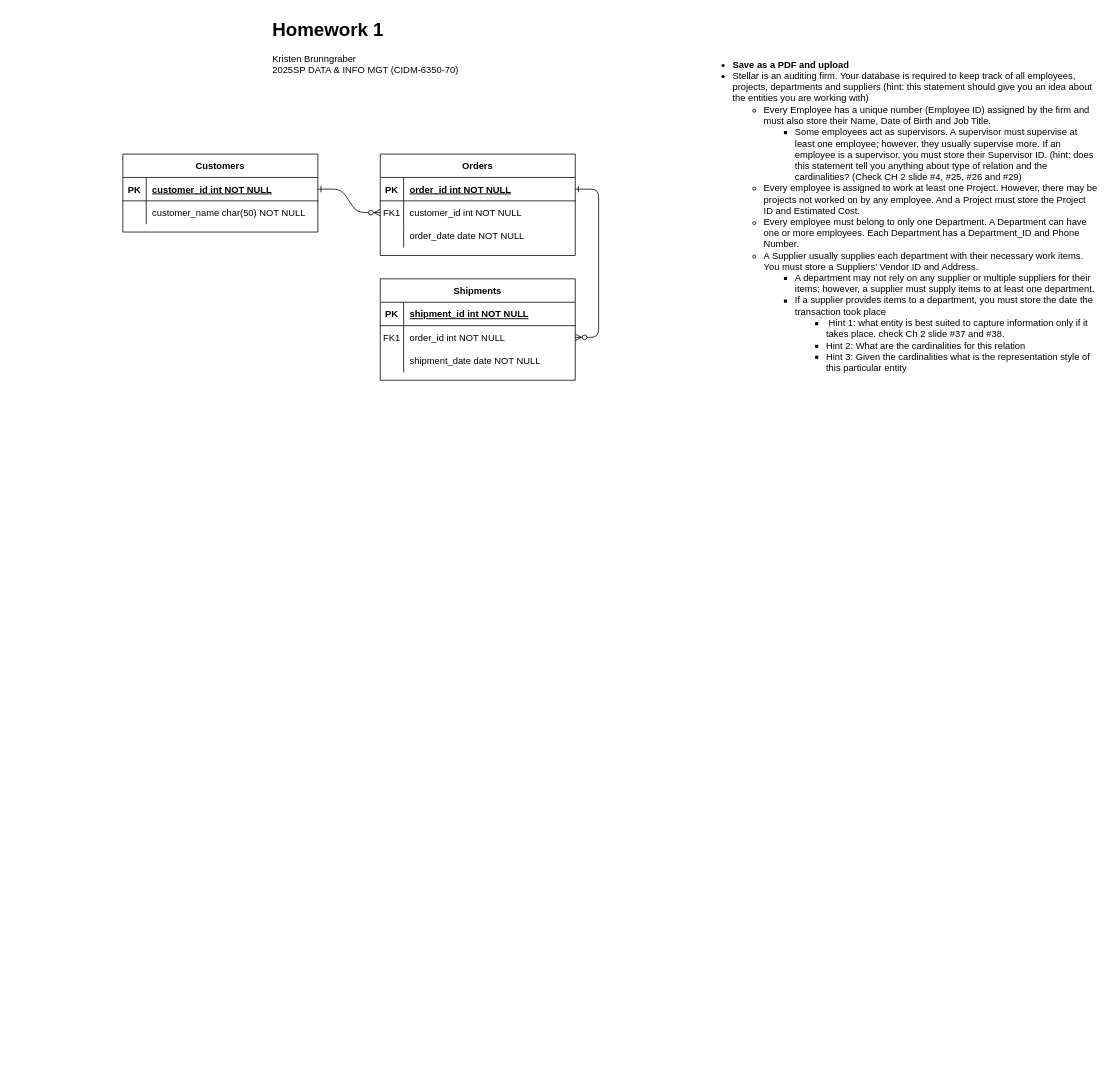
This is Untitled Diagram.drawio from k-wtamu/CIDM6330, a draw.io file, before an edit. Source tidied: cells renumbered, new cells numbered last; positions are measured from the earlier drawing's top-left corner, leaving out a move shared by most shapes. Both pictures are drawn from the tidied source at 78%, with x=0, y=0 at pixel (122, 13).
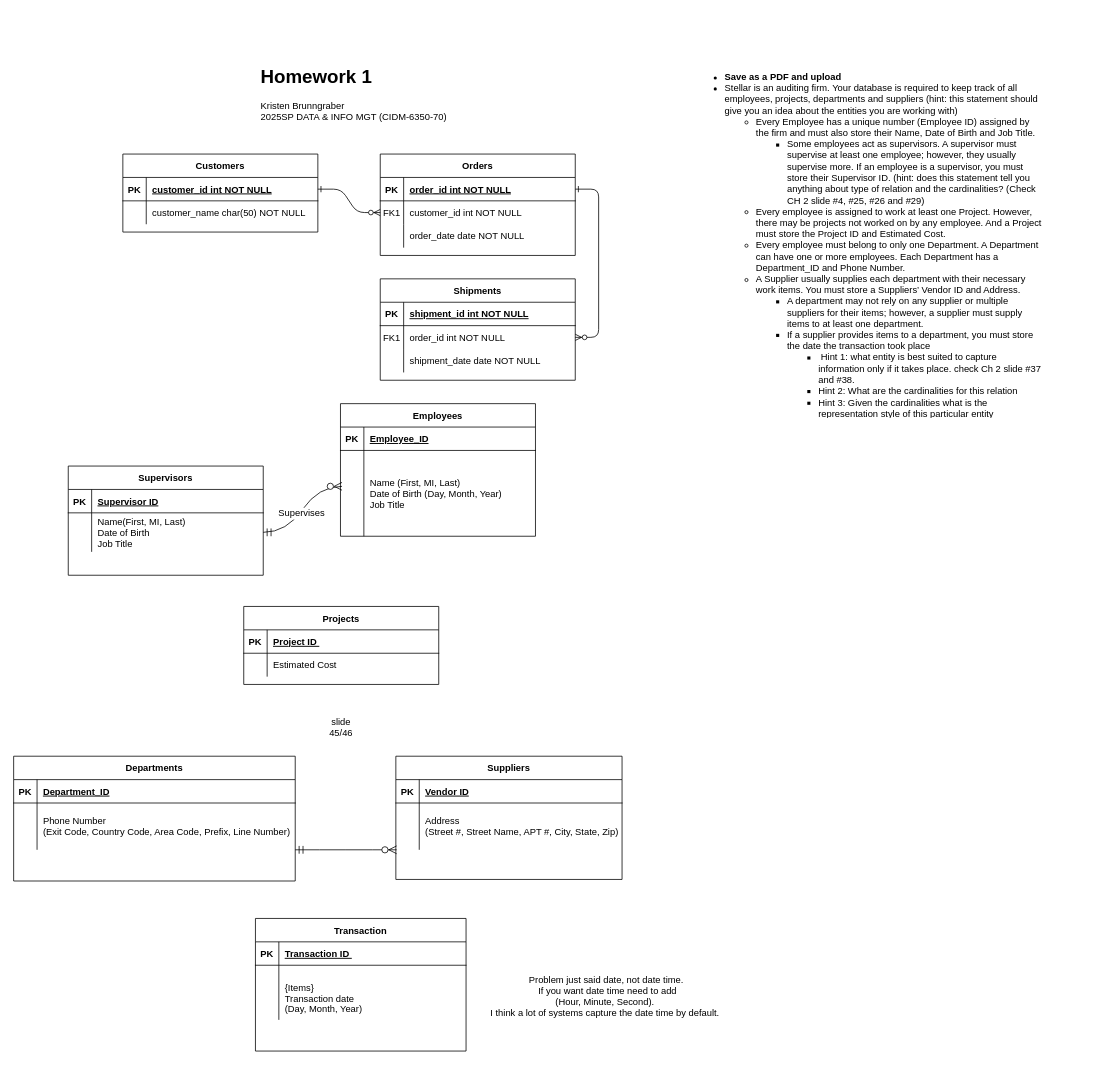
Above is the later version.

What changed in the source:
```diff
@@
     <mxCell id="31" value="&lt;h1 style=&quot;margin-top: 0px;&quot;&gt;Homework 1&lt;/h1&gt;&lt;div&gt;&lt;div&gt;Kristen Brunngraber&lt;/div&gt;&lt;div&gt;2025SP DATA &amp;amp; INFO MGT (CIDM-6350-70)&lt;br&gt;&lt;/div&gt;&lt;/div&gt;" style="text;html=1;whiteSpace=wrap;overflow=hidden;rounded=0;" parent="1" vertex="1">
-      <mxGeometry x="190" width="260" height="90" as="geometry" />
+      <mxGeometry x="175" y="60" width="260" height="90" as="geometry" />
     </mxCell>
     <mxCell id="32" value="&lt;ul&gt;&lt;li&gt;&lt;b&gt;Save as a PDF and upload&lt;/b&gt;&lt;/li&gt;&lt;li&gt;Stellar is an auditing firm. Your database is required to keep track of all employees, projects, departments and suppliers (hint: this statement should give you an idea about the entities you are working with)&lt;/li&gt;&lt;ul&gt;&lt;li&gt;Every Employee has a unique number (Employee ID) assigned by the firm and must also store their Name, Date of Birth and Job Title.&lt;/li&gt;&lt;ul&gt;&lt;li&gt;Some employees act as supervisors. A supervisor must supervise at least one employee; however, they usually supervise more. If an employee is a supervisor, you must store their Supervisor ID. (hint: does this statement tell you anything about type of relation and the cardinalities? (Check CH 2 slide #4, #25, #26 and #29)&lt;/li&gt;&lt;/ul&gt;&lt;li&gt;Every employee is assigned to work at least one Project. However, there may be projects not worked on by any employee. And a Project must store the Project ID and Estimated Cost.&lt;/li&gt;&lt;li&gt;Every employee must belong to only one Department. A Department can have one or more employees. Each Department has a Department_ID and Phone Number.&lt;/li&gt;&lt;li&gt;A Supplier usually supplies each department with their necessary work items. You must store a Suppliers’ Vendor ID and Address.&lt;/li&gt;&lt;ul&gt;&lt;li&gt;A department may not rely on any supplier or multiple suppliers for their items; however, a supplier must supply items to at least one department.&lt;/li&gt;&lt;li&gt;If a supplier provides items to a department, you must store the date the transaction took place&lt;/li&gt;&lt;ul&gt;&lt;li&gt;&amp;nbsp;Hint 1: what entity is best suited to capture information only if it takes place. check Ch 2 slide #37 and #38.&lt;/li&gt;&lt;li&gt;Hint 2: What are the cardinalities for this relation&lt;/li&gt;&lt;li&gt;Hint 3: Given the cardinalities what is the representation style of this particular entity&lt;/li&gt;&lt;/ul&gt;&lt;/ul&gt;&lt;/ul&gt;&lt;/ul&gt;" style="text;strokeColor=none;fillColor=none;html=1;whiteSpace=wrap;verticalAlign=middle;overflow=hidden;" parent="1" vertex="1">
-      <mxGeometry x="740" y="30" width="510" height="460" as="geometry" />
+      <mxGeometry x="730" y="60" width="450" height="460" as="geometry" />
     </mxCell>
+    <mxCell id="33" value="Employees" style="shape=table;startSize=30;childLayout=tableLayout;rowLines=0;fontStyle=1;align=center;" parent="1" vertex="1">
+      <mxGeometry x="279" y="500" width="250" height="170" as="geometry" />
+    </mxCell>
+    <mxCell id="34" style="shape=partialRectangle;fillColor=none;top=0;left=0;right=0;bottom=1;" parent="33" vertex="1">
+      <mxGeometry y="30" width="250" height="30" as="geometry" />
+    </mxCell>
+    <mxCell id="35" value="PK" style="shape=partialRectangle;overflow=hidden;fillColor=none;top=0;left=0;bottom=0;right=0;fontStyle=1;" parent="34" vertex="1">
+      <mxGeometry width="30" height="30" as="geometry" />
+    </mxCell>
+    <mxCell id="36" value="Employee_ID" style="shape=partialRectangle;overflow=hidden;fillColor=none;top=0;left=0;bottom=0;right=0;align=left;spacingLeft=6;fontStyle=5;" parent="34" vertex="1">
+      <mxGeometry x="30" width="220" height="30" as="geometry" />
+    </mxCell>
+    <mxCell id="37" style="shape=partialRectangle;fillColor=none;points=[[0,0.5],[1,0.5]];portConstraint=eastwest;top=0;left=0;right=0;bottom=0;" parent="33" vertex="1">
+      <mxGeometry y="60" width="250" height="110" as="geometry" />
+    </mxCell>
+    <mxCell id="38" style="shape=partialRectangle;overflow=hidden;fillColor=none;top=0;left=0;bottom=0;right=0;" parent="37" vertex="1">
+      <mxGeometry width="30" height="110" as="geometry" />
+    </mxCell>
+    <mxCell id="39" value="Name (First, MI, Last)&#10;Date of Birth (Day, Month, Year)&#10;Job Title" style="shape=partialRectangle;overflow=hidden;fillColor=none;top=0;left=0;bottom=0;right=0;align=left;spacingLeft=6;" parent="37" vertex="1">
+      <mxGeometry x="30" width="220" height="110" as="geometry" />
+    </mxCell>
+    <mxCell id="40" value="Projects" style="shape=table;startSize=30;childLayout=tableLayout;rowLines=0;fontStyle=1;align=center;" parent="1" vertex="1">
+      <mxGeometry x="155" y="760" width="250" height="100" as="geometry" />
+    </mxCell>
+    <mxCell id="41" style="shape=partialRectangle;fillColor=none;top=0;left=0;right=0;bottom=1;" parent="40" vertex="1">
+      <mxGeometry y="30" width="250" height="30" as="geometry" />
+    </mxCell>
+    <mxCell id="42" value="PK" style="shape=partialRectangle;overflow=hidden;fillColor=none;top=0;left=0;bottom=0;right=0;fontStyle=1;" parent="41" vertex="1">
+      <mxGeometry width="30" height="30" as="geometry" />
+    </mxCell>
+    <mxCell id="43" value="Project ID " style="shape=partialRectangle;overflow=hidden;fillColor=none;top=0;left=0;bottom=0;right=0;align=left;spacingLeft=6;fontStyle=5;" parent="41" vertex="1">
+      <mxGeometry x="30" width="220" height="30" as="geometry" />
+    </mxCell>
+    <mxCell id="44" style="shape=partialRectangle;fillColor=none;top=0;left=0;right=0;bottom=0;" parent="40" vertex="1">
+      <mxGeometry y="60" width="250" height="30" as="geometry" />
+    </mxCell>
+    <mxCell id="45" style="shape=partialRectangle;overflow=hidden;fillColor=none;top=0;left=0;bottom=0;right=0;" parent="44" vertex="1">
+      <mxGeometry width="30" height="30" as="geometry" />
+    </mxCell>
+    <mxCell id="46" value="Estimated Cost" style="shape=partialRectangle;overflow=hidden;fillColor=none;top=0;left=0;bottom=0;right=0;align=left;spacingLeft=6;" parent="44" vertex="1">
+      <mxGeometry x="30" width="220" height="30" as="geometry" />
+    </mxCell>
+    <mxCell id="47" value="Departments" style="shape=table;startSize=30;childLayout=tableLayout;rowLines=0;fontStyle=1;align=center;" parent="1" vertex="1">
+      <mxGeometry x="-140" y="952" width="361" height="160" as="geometry" />
+    </mxCell>
+    <mxCell id="48" style="shape=partialRectangle;fillColor=none;top=0;left=0;right=0;bottom=1;" parent="47" vertex="1">
+      <mxGeometry y="30" width="361" height="30" as="geometry" />
+    </mxCell>
+    <mxCell id="49" value="PK" style="shape=partialRectangle;overflow=hidden;fillColor=none;top=0;left=0;bottom=0;right=0;fontStyle=1;" parent="48" vertex="1">
+      <mxGeometry width="30" height="30" as="geometry" />
+    </mxCell>
+    <mxCell id="50" value="Department_ID" style="shape=partialRectangle;overflow=hidden;fillColor=none;top=0;left=0;bottom=0;right=0;align=left;spacingLeft=6;fontStyle=5;" parent="48" vertex="1">
+      <mxGeometry x="30" width="331" height="30" as="geometry" />
+    </mxCell>
+    <mxCell id="51" style="shape=partialRectangle;fillColor=none;top=0;left=0;right=0;bottom=0;" parent="47" vertex="1">
+      <mxGeometry y="60" width="361" height="60" as="geometry" />
+    </mxCell>
+    <mxCell id="52" style="shape=partialRectangle;overflow=hidden;fillColor=none;top=0;left=0;bottom=0;right=0;" parent="51" vertex="1">
+      <mxGeometry width="30" height="60" as="geometry" />
+    </mxCell>
+    <mxCell id="53" value="Phone Number &#10;(Exit Code, Country Code, Area Code, Prefix, Line Number)" style="shape=partialRectangle;overflow=hidden;fillColor=none;top=0;left=0;bottom=0;right=0;align=left;spacingLeft=6;" parent="51" vertex="1">
+      <mxGeometry x="30" width="331" height="60" as="geometry" />
+    </mxCell>
+    <mxCell id="54" value="Suppliers" style="shape=table;startSize=30;childLayout=tableLayout;rowLines=0;fontStyle=1;align=center;" parent="1" vertex="1">
+      <mxGeometry x="350" y="952" width="290" height="158" as="geometry" />
+    </mxCell>
+    <mxCell id="55" style="shape=partialRectangle;fillColor=none;top=0;left=0;right=0;bottom=1;" parent="54" vertex="1">
+      <mxGeometry y="30" width="290" height="30" as="geometry" />
+    </mxCell>
+    <mxCell id="56" value="PK" style="shape=partialRectangle;overflow=hidden;fillColor=none;top=0;left=0;bottom=0;right=0;fontStyle=1;" parent="55" vertex="1">
+      <mxGeometry width="30" height="30" as="geometry" />
+    </mxCell>
+    <mxCell id="57" value="Vendor ID" style="shape=partialRectangle;overflow=hidden;fillColor=none;top=0;left=0;bottom=0;right=0;align=left;spacingLeft=6;fontStyle=5;" parent="55" vertex="1">
+      <mxGeometry x="30" width="260" height="30" as="geometry" />
+    </mxCell>
+    <mxCell id="58" style="shape=partialRectangle;fillColor=none;top=0;left=0;right=0;bottom=0;" parent="54" vertex="1">
+      <mxGeometry y="60" width="290" height="60" as="geometry" />
+    </mxCell>
+    <mxCell id="59" style="shape=partialRectangle;overflow=hidden;fillColor=none;top=0;left=0;bottom=0;right=0;" parent="58" vertex="1">
+      <mxGeometry width="30" height="60" as="geometry" />
+    </mxCell>
+    <mxCell id="60" value="Address&#10;(Street #, Street Name, APT #, City, State, Zip)" style="shape=partialRectangle;overflow=hidden;fillColor=none;top=0;left=0;bottom=0;right=0;align=left;spacingLeft=6;" parent="58" vertex="1">
+      <mxGeometry x="30" width="260" height="60" as="geometry" />
+    </mxCell>
+    <mxCell id="61" value="Supervisors" style="shape=table;startSize=30;childLayout=tableLayout;rowLines=0;fontStyle=1;align=center;" parent="1" vertex="1">
+      <mxGeometry x="-70" y="580" width="250" height="140" as="geometry" />
+    </mxCell>
+    <mxCell id="62" style="shape=partialRectangle;fillColor=none;top=0;left=0;right=0;bottom=1;" parent="61" vertex="1">
+      <mxGeometry y="30" width="250" height="30" as="geometry" />
+    </mxCell>
+    <mxCell id="63" value="PK" style="shape=partialRectangle;overflow=hidden;fillColor=none;top=0;left=0;bottom=0;right=0;fontStyle=1;" parent="62" vertex="1">
+      <mxGeometry width="30" height="30" as="geometry" />
+    </mxCell>
+    <mxCell id="64" value="Supervisor ID" style="shape=partialRectangle;overflow=hidden;fillColor=none;top=0;left=0;bottom=0;right=0;align=left;spacingLeft=6;fontStyle=5;" parent="62" vertex="1">
+      <mxGeometry x="30" width="220" height="30" as="geometry" />
+    </mxCell>
+    <mxCell id="65" style="shape=partialRectangle;fillColor=none;points=[[0,0.5],[1,0.5]];portConstraint=eastwest;top=0;left=0;right=0;bottom=0;" parent="61" vertex="1">
+      <mxGeometry y="60" width="250" height="50" as="geometry" />
+    </mxCell>
+    <mxCell id="66" style="shape=partialRectangle;overflow=hidden;fillColor=none;top=0;left=0;bottom=0;right=0;" parent="65" vertex="1">
+      <mxGeometry width="30" height="50" as="geometry" />
+    </mxCell>
+    <mxCell id="67" value="Name(First, MI, Last)&#10;Date of Birth&#10;Job Title" style="shape=partialRectangle;overflow=hidden;fillColor=none;top=0;left=0;bottom=0;right=0;align=left;spacingLeft=6;" parent="65" vertex="1">
+      <mxGeometry x="30" width="220" height="50" as="geometry" />
+    </mxCell>
+    <mxCell id="68" value="Transaction" style="shape=table;startSize=30;childLayout=tableLayout;rowLines=0;fontStyle=1;align=center;" parent="1" vertex="1">
+      <mxGeometry x="170" y="1160" width="270" height="170" as="geometry" />
+    </mxCell>
+    <mxCell id="69" style="shape=partialRectangle;fillColor=none;top=0;left=0;right=0;bottom=1;" parent="68" vertex="1">
+      <mxGeometry y="30" width="270" height="30" as="geometry" />
+    </mxCell>
+    <mxCell id="70" value="PK" style="shape=partialRectangle;overflow=hidden;fillColor=none;top=0;left=0;bottom=0;right=0;fontStyle=1;" parent="69" vertex="1">
+      <mxGeometry width="30" height="30" as="geometry" />
+    </mxCell>
+    <mxCell id="71" value="Transaction ID " style="shape=partialRectangle;overflow=hidden;fillColor=none;top=0;left=0;bottom=0;right=0;align=left;spacingLeft=6;fontStyle=5;" parent="69" vertex="1">
+      <mxGeometry x="30" width="240" height="30" as="geometry" />
+    </mxCell>
+    <mxCell id="72" style="shape=partialRectangle;fillColor=none;top=0;left=0;right=0;bottom=0;" parent="68" vertex="1">
+      <mxGeometry y="60" width="270" height="70" as="geometry" />
+    </mxCell>
+    <mxCell id="73" style="shape=partialRectangle;overflow=hidden;fillColor=none;top=0;left=0;bottom=0;right=0;" parent="72" vertex="1">
+      <mxGeometry width="30" height="70" as="geometry" />
+    </mxCell>
+    <mxCell id="74" value="&#10;{Items}&#10;Transaction date&#10;(Day, Month, Year)" style="shape=partialRectangle;overflow=hidden;fillColor=none;top=0;left=0;bottom=0;right=0;align=left;spacingLeft=6;" parent="72" vertex="1">
+      <mxGeometry x="30" width="240" height="70" as="geometry" />
+    </mxCell>
+    <mxCell id="75" style="edgeStyle=entityRelationEdgeStyle;fontSize=12;html=1;endArrow=ERzeroToMany;startArrow=ERmandOne;rounded=0;startSize=8;endSize=8;curved=1;exitX=1;exitY=0.75;exitDx=0;exitDy=0;" parent="1" edge="1" source="47">
+      <mxGeometry relative="1" as="geometry">
+        <mxPoint x="351" y="1072" as="targetPoint" />
+        <Array as="points">
+          <mxPoint x="230" y="1012" />
+          <mxPoint x="260" y="1032" />
+          <mxPoint x="280" y="1092" />
+          <mxPoint x="290" y="952" />
+        </Array>
+      </mxGeometry>
+    </mxCell>
+    <mxCell id="76" value="slide 45/46" style="text;html=1;align=center;verticalAlign=middle;whiteSpace=wrap;rounded=0;" parent="1" vertex="1">
+      <mxGeometry x="250" y="900" width="60" height="30" as="geometry" />
+    </mxCell>
+    <mxCell id="77" style="edgeStyle=entityRelationEdgeStyle;fontSize=12;html=1;endArrow=ERzeroToMany;startArrow=ERmandOne;rounded=0;startSize=8;endSize=8;curved=1;entryX=0.008;entryY=0.418;entryDx=0;entryDy=0;entryPerimeter=0;exitX=1;exitY=0.5;exitDx=0;exitDy=0;" parent="1" edge="1" source="65" target="37">
+      <mxGeometry relative="1" as="geometry" />
+    </mxCell>
+    <mxCell id="78" value="Supervises" style="edgeLabel;html=1;align=center;verticalAlign=middle;fontSize=12;" parent="77" vertex="1">
+      <mxGeometry x="-0.07" y="-1" relative="1" as="geometry" />
+    </mxCell>
+    <mxCell id="79" value="Problem just said date, not date time.&lt;div&gt;&amp;nbsp;If you want date time need to add (&lt;span style=&quot;text-align: left; text-wrap-mode: nowrap;&quot;&gt;Hour, Minute, Second).&amp;nbsp;&lt;/span&gt;&lt;/div&gt;&lt;div&gt;&lt;span style=&quot;text-align: left; text-wrap-mode: nowrap;&quot;&gt;I think a lot of systems capture the date time by default.&amp;nbsp;&lt;/span&gt;&lt;/div&gt;" style="text;html=1;align=center;verticalAlign=middle;whiteSpace=wrap;rounded=0;" parent="1" vertex="1">
+      <mxGeometry x="480" y="1230" width="280" height="60" as="geometry" />
+    </mxCell>
```
